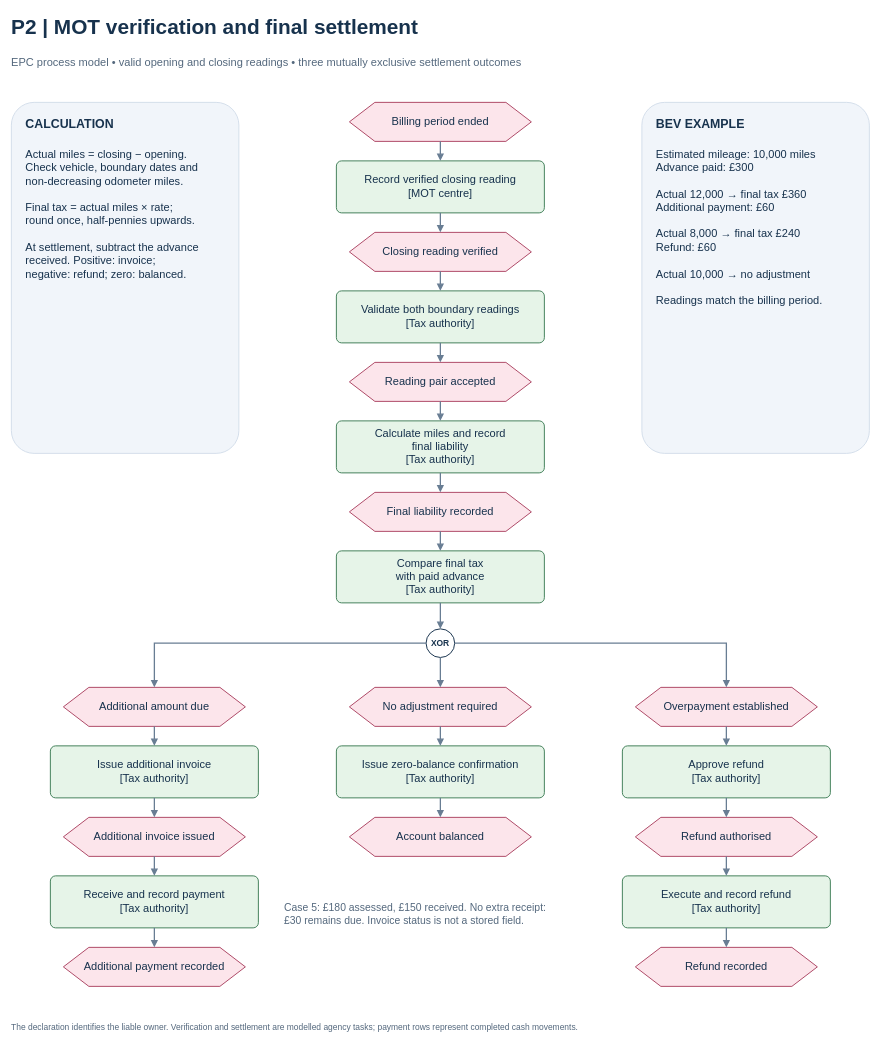
Before: page "02 - Mileage verification and settlement" (3 of 5) of eved_scope_and_processes.drawio in Mclement197/ikt-hsg-2026, a draw.io diagram. Source tidied: cells renumbered, new cells numbered last; positions are measured from the earlier drawing's top-left corner, leaving out a move shared by most shapes. Both pictures are drawn from the tidied source at 65%, with x=0, y=0 at pixel (11, 11).
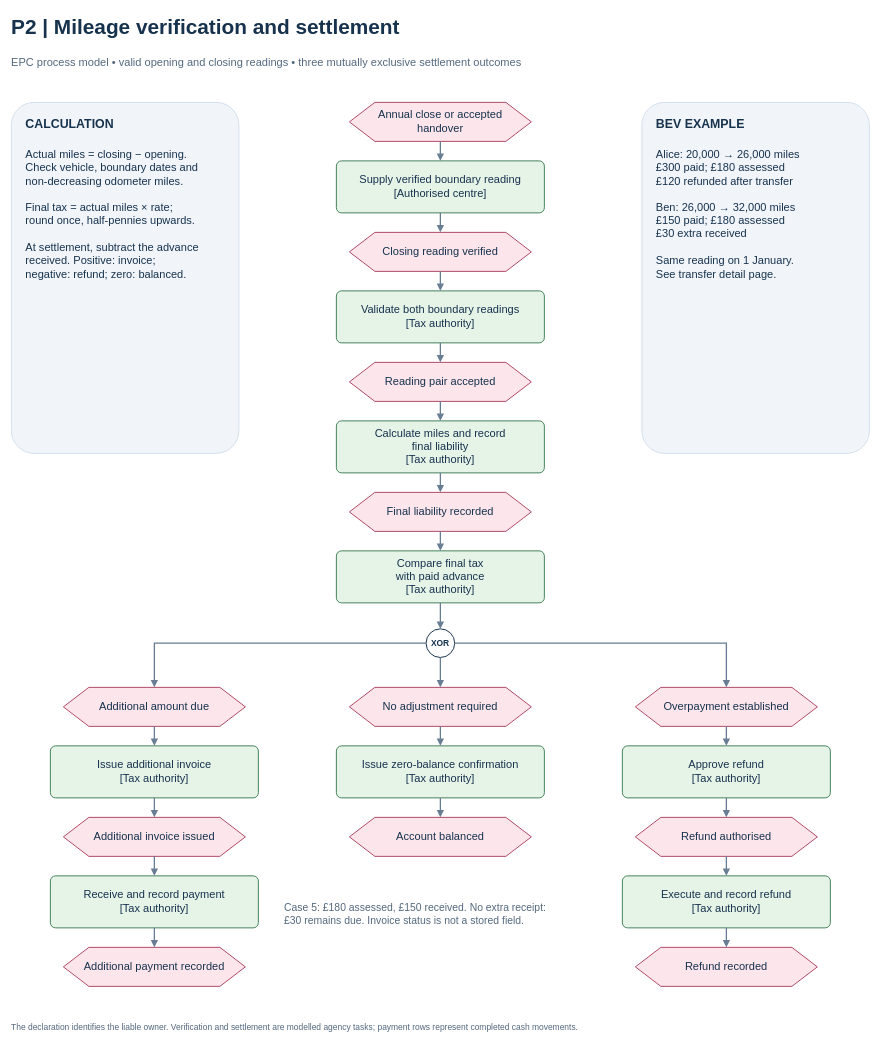
The same diagram, later.

What changed in the source:
```diff
@@
-    <mxCell id="2" value="P2 | MOT verification and final settlement" style="whiteSpace=wrap;html=0;fontFamily=Arial;fontSize=32;fontColor=#17324D;fillColor=none;strokeColor=none;strokeWidth=1.5;align=left;verticalAlign=middle;spacing=12;fontStyle=1;text;spacing=0;" parent="1" vertex="1">
+    <mxCell id="2" value="P2 | Mileage verification and settlement" style="whiteSpace=wrap;html=0;fontFamily=Arial;fontSize=32;fontColor=#17324D;fillColor=none;strokeColor=none;strokeWidth=1.5;align=left;verticalAlign=middle;spacing=12;fontStyle=1;text;spacing=0;" parent="1" vertex="1">
       <mxGeometry width="1320" height="60" as="geometry" />
     </mxCell>
@@
-    <mxCell id="9" value="Estimated mileage: 10,000 miles&#10;Advance paid: £300&#10;&#10;Actual 12,000 → final tax £360&#10;Additional payment: £60&#10;&#10;Actual 8,000 → final tax £240&#10;Refund: £60&#10;&#10;Actual 10,000 → no adjustment&#10;&#10;Readings match the billing period." style="whiteSpace=wrap;html=0;fontFamily=Arial;fontSize=17;fontColor=#17324D;fillColor=none;strokeColor=none;strokeWidth=1.5;align=left;verticalAlign=middle;spacing=12;text;spacing=0;" parent="1" vertex="1">
+    <mxCell id="9" value="Alice: 20,000 → 26,000 miles&#10;£300 paid; £180 assessed&#10;£120 refunded after transfer&#10;&#10;Ben: 26,000 → 32,000 miles&#10;£150 paid; £180 assessed&#10;£30 extra received&#10;&#10;Same reading on 1 January.&#10;See transfer detail page." style="whiteSpace=wrap;html=0;fontFamily=Arial;fontSize=17;fontColor=#17324D;fillColor=none;strokeColor=none;strokeWidth=1.5;align=left;verticalAlign=middle;spacing=12;text;spacing=0;" parent="1" vertex="1">
       <mxGeometry x="992" y="206" width="306" height="460" as="geometry" />
     </mxCell>
-    <mxCell id="10" value="Billing period ended" style="whiteSpace=wrap;html=0;fontFamily=Arial;fontSize=17;fontColor=#17324D;fillColor=#FCE5EB;strokeColor=#AD4765;strokeWidth=1.5;align=center;verticalAlign=middle;spacing=12;shape=hexagon;perimeter=hexagonPerimeter;size=0.14;" parent="1" vertex="1">
+    <mxCell id="10" value="Annual close or accepted handover" style="whiteSpace=wrap;html=0;fontFamily=Arial;fontSize=17;fontColor=#17324D;fillColor=#FCE5EB;strokeColor=#AD4765;strokeWidth=1.5;align=center;verticalAlign=middle;spacing=12;shape=hexagon;perimeter=hexagonPerimeter;size=0.14;" parent="1" vertex="1">
       <mxGeometry x="520" y="140" width="280" height="60" as="geometry" />
     </mxCell>
-    <mxCell id="11" value="Record verified closing reading&#10;[MOT centre]" style="whiteSpace=wrap;html=0;fontFamily=Arial;fontSize=17;fontColor=#17324D;fillColor=#E6F4E8;strokeColor=#42805A;strokeWidth=1.5;align=center;verticalAlign=middle;spacing=12;rounded=1;arcSize=10;" parent="1" vertex="1">
+    <mxCell id="11" value="Supply verified boundary reading&#10;[Authorised centre]" style="whiteSpace=wrap;html=0;fontFamily=Arial;fontSize=17;fontColor=#17324D;fillColor=#E6F4E8;strokeColor=#42805A;strokeWidth=1.5;align=center;verticalAlign=middle;spacing=12;rounded=1;arcSize=10;" parent="1" vertex="1">
       <mxGeometry x="500" y="230" width="320" height="80" as="geometry" />
     </mxCell>
```
